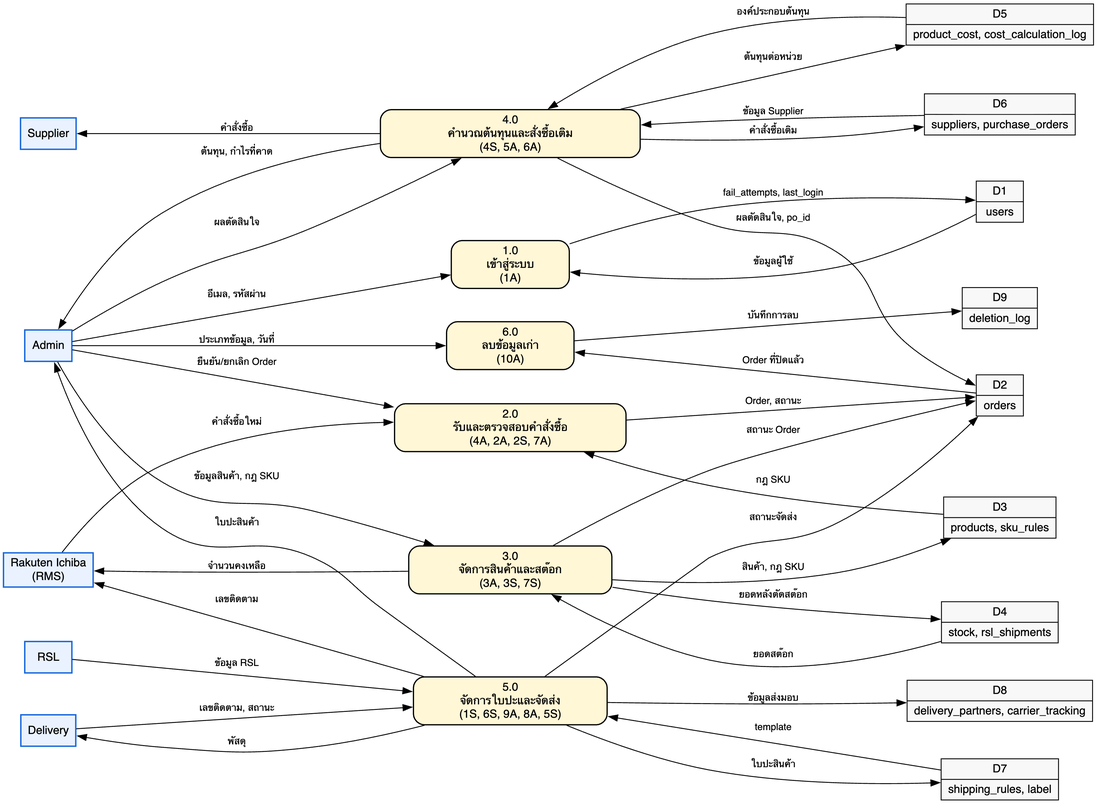
The Graphviz diagram 04-chapter2-diagrams-database/diagrams/png/dfd-level0.png in xbpkdi/321-sa-proj, before a commit. Its source is kept beside it as 04-chapter2-diagrams-database/diagrams/src/dfd-level0.dot.
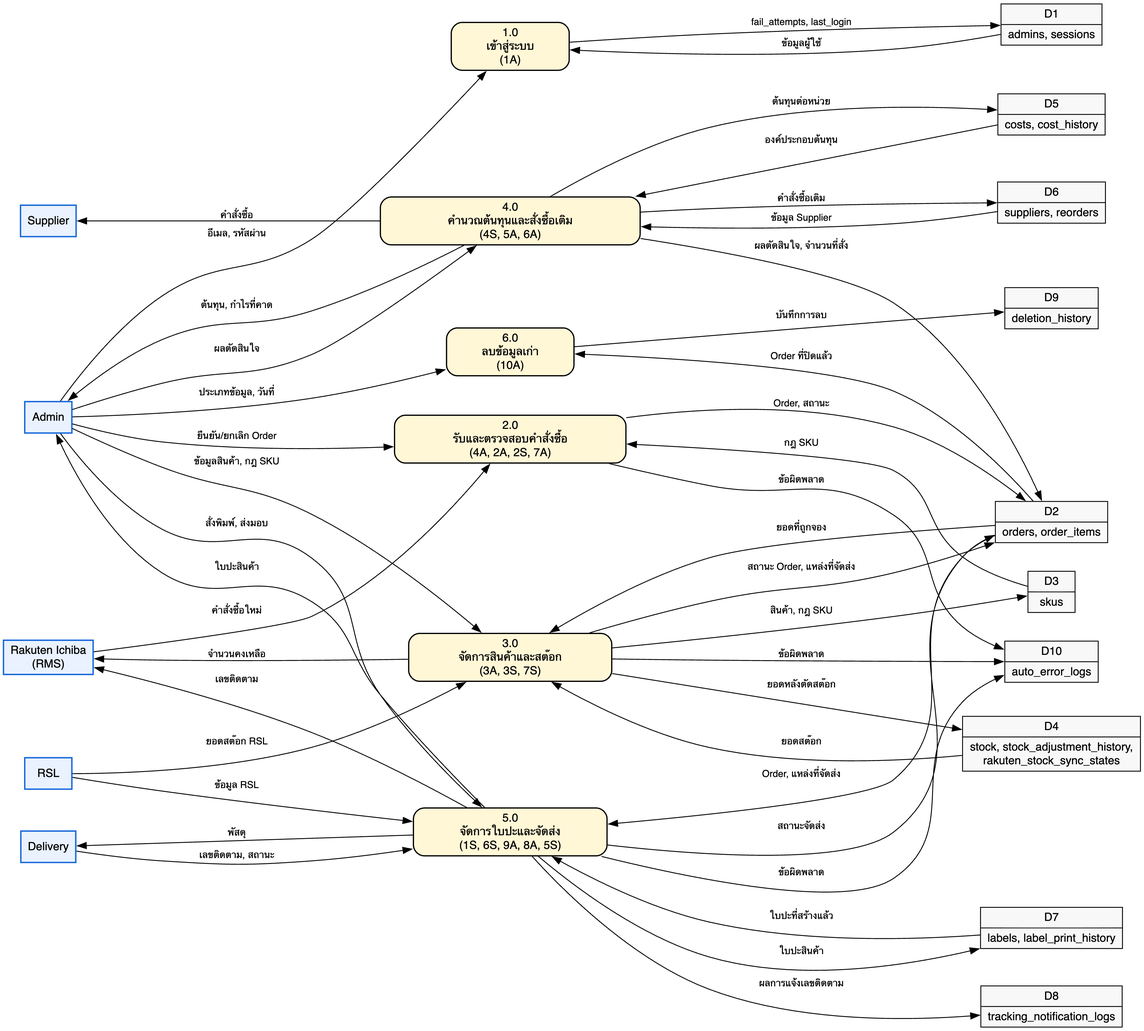
Above is the later version.

Change to the diagram source:
```diff
@@ -8,21 +8,24 @@
   P4 [shape=box, style="rounded,filled", fillcolor="#fff7d6", penwidth=1.4, label="4.0\nคำนวณต้นทุนและสั่งซื้อเติม\n(4S, 5A, 6A)"];
   P5 [shape=box, style="rounded,filled", fillcolor="#fff7d6", penwidth=1.4, label="5.0\nจัดการใบปะและจัดส่ง\n(1S, 6S, 9A, 8A, 5S)"];
   P6 [shape=box, style="rounded,filled", fillcolor="#fff7d6", penwidth=1.4, label="6.0\nลบข้อมูลเก่า\n(10A)"];
-  D1 [shape=record, style=filled, fillcolor="#f8f8f8", label="D1 | users"]; D2 [shape=record, style=filled, fillcolor="#f8f8f8", label="D2 | orders"]; D3 [shape=record, style=filled, fillcolor="#f8f8f8", label="D3 | products, sku_rules"];
-  D4 [shape=record, style=filled, fillcolor="#f8f8f8", label="D4 | stock, rsl_shipments"]; D5 [shape=record, style=filled, fillcolor="#f8f8f8", label="D5 | product_cost, cost_calculation_log"];
-  D6 [shape=record, style=filled, fillcolor="#f8f8f8", label="D6 | suppliers, purchase_orders"]; D7 [shape=record, style=filled, fillcolor="#f8f8f8", label="D7 | shipping_rules, label"];
-  D8 [shape=record, style=filled, fillcolor="#f8f8f8", label="D8 | delivery_partners, carrier_tracking"]; D9 [shape=record, style=filled, fillcolor="#f8f8f8", label="D9 | deletion_log"];
-  {rank=min; Admin; RMS; RSL; Delivery; Supplier} {rank=same; P1; P2; P3; P4; P5; P6} {rank=max; D1; D2; D3; D4; D5; D6; D7; D8; D9}
+  D1 [shape=record, style=filled, fillcolor="#f8f8f8", label="D1 | admins, sessions"]; D2 [shape=record, style=filled, fillcolor="#f8f8f8", label="D2 | orders, order_items"]; D3 [shape=record, style=filled, fillcolor="#f8f8f8", label="D3 | skus"];
+  D4 [shape=record, style=filled, fillcolor="#f8f8f8", label="D4 | stock, stock_adjustment_history,\nrakuten_stock_sync_states"]; D5 [shape=record, style=filled, fillcolor="#f8f8f8", label="D5 | costs, cost_history"];
+  D6 [shape=record, style=filled, fillcolor="#f8f8f8", label="D6 | suppliers, reorders"]; D7 [shape=record, style=filled, fillcolor="#f8f8f8", label="D7 | labels, label_print_history"];
+  D8 [shape=record, style=filled, fillcolor="#f8f8f8", label="D8 | tracking_notification_logs"]; D9 [shape=record, style=filled, fillcolor="#f8f8f8", label="D9 | deletion_history"];
+  D10 [shape=record, style=filled, fillcolor="#f8f8f8", label="D10 | auto_error_logs"];
+  {rank=min; Admin; RMS; RSL; Delivery; Supplier} {rank=same; P1; P2; P3; P4; P5; P6} {rank=max; D1; D2; D3; D4; D5; D6; D7; D8; D9; D10}
   Admin -> P1 [label="อีเมล, รหัสผ่าน"]; P1 -> D1 [label="fail_attempts, last_login"]; D1 -> P1 [label="ข้อมูลผู้ใช้"];
   RMS -> P2 [label="คำสั่งซื้อใหม่"]; Admin -> P2 [label="ยืนยัน/ยกเลิก Order"]; P2 -> D2 [label="Order, สถานะ"];
   D3 -> P2 [label="กฎ SKU"];
   Admin -> P3 [label="ข้อมูลสินค้า, กฎ SKU"]; P3 -> D3 [label="สินค้า, กฎ SKU"]; D4 -> P3 [label="ยอดสต๊อก"];
-  P3 -> D4 [label="ยอดหลังตัดสต๊อก"]; P3 -> RMS [label="จำนวนคงเหลือ"]; P3 -> D2 [label="สถานะ Order"];
+  P3 -> D4 [label="ยอดหลังตัดสต๊อก"]; P3 -> RMS [label="จำนวนคงเหลือ"]; P3 -> D2 [label="สถานะ Order, แหล่งที่จัดส่ง"];
+  RSL -> P3 [label="ยอดสต๊อก RSL"]; D2 -> P3 [label="ยอดที่ถูกจอง"];
   D5 -> P4 [label="องค์ประกอบต้นทุน"]; P4 -> D5 [label="ต้นทุนต่อหน่วย"]; Admin -> P4 [label="ผลตัดสินใจ"];
   P4 -> Admin [label="ต้นทุน, กำไรที่คาด"]; D6 -> P4 [label="ข้อมูล Supplier"]; P4 -> D6 [label="คำสั่งซื้อเติม"];
-  P4 -> Supplier [label="คำสั่งซื้อ"]; P4 -> D2 [label="ผลตัดสินใจ, po_id"];
-  RSL -> P5 [label="ข้อมูล RSL"]; D7 -> P5 [label="template"]; P5 -> D7 [label="ใบปะสินค้า"];
+  P4 -> Supplier [label="คำสั่งซื้อ"]; P4 -> D2 [label="ผลตัดสินใจ, จำนวนที่สั่ง"];
+  RSL -> P5 [label="ข้อมูล RSL"]; D7 -> P5 [label="ใบปะที่สร้างแล้ว"]; D2 -> P5 [label="Order, แหล่งที่จัดส่ง"]; Admin -> P5 [label="สั่งพิมพ์, ส่งมอบ"]; P5 -> D7 [label="ใบปะสินค้า"];
   P5 -> Admin [label="ใบปะสินค้า"]; P5 -> Delivery [label="พัสดุ"]; Delivery -> P5 [label="เลขติดตาม, สถานะ"];
-  P5 -> D8 [label="ข้อมูลส่งมอบ"]; P5 -> RMS [label="เลขติดตาม"]; P5 -> D2 [label="สถานะจัดส่ง"];
+  P5 -> D8 [label="ผลการแจ้งเลขติดตาม"]; P5 -> RMS [label="เลขติดตาม"]; P5 -> D2 [label="สถานะจัดส่ง"];
   Admin -> P6 [label="ประเภทข้อมูล, วันที่"]; D2 -> P6 [label="Order ที่ปิดแล้ว"]; P6 -> D9 [label="บันทึกการลบ"];
+  P2 -> D10 [label="ข้อผิดพลาด"]; P3 -> D10 [label="ข้อผิดพลาด"]; P5 -> D10 [label="ข้อผิดพลาด"];
 }
```
